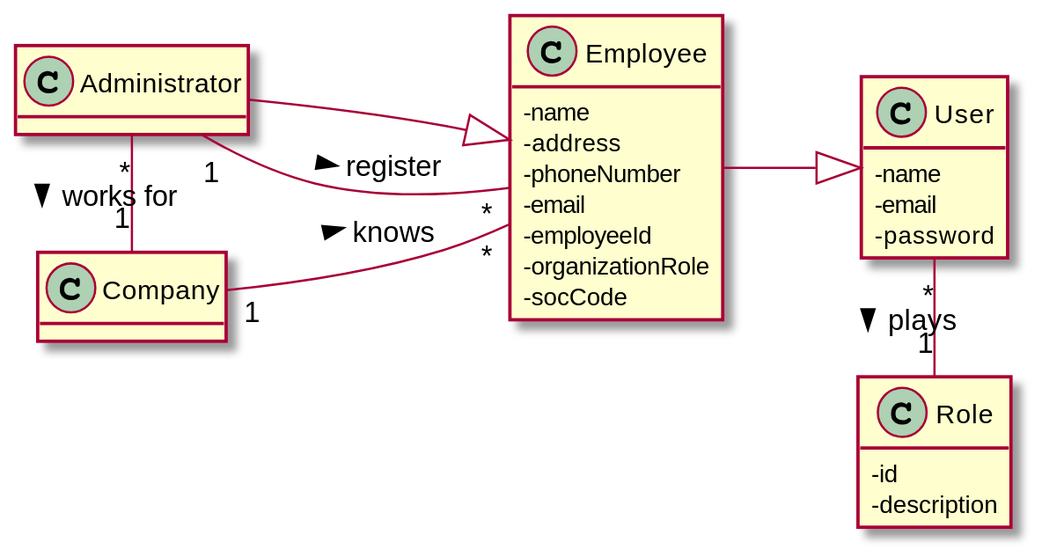
Before: docs/SprintB/US07/US07-MD.svg, a diagram exported from PlantUML (manu-07-ela/LAPR2_ISEP).
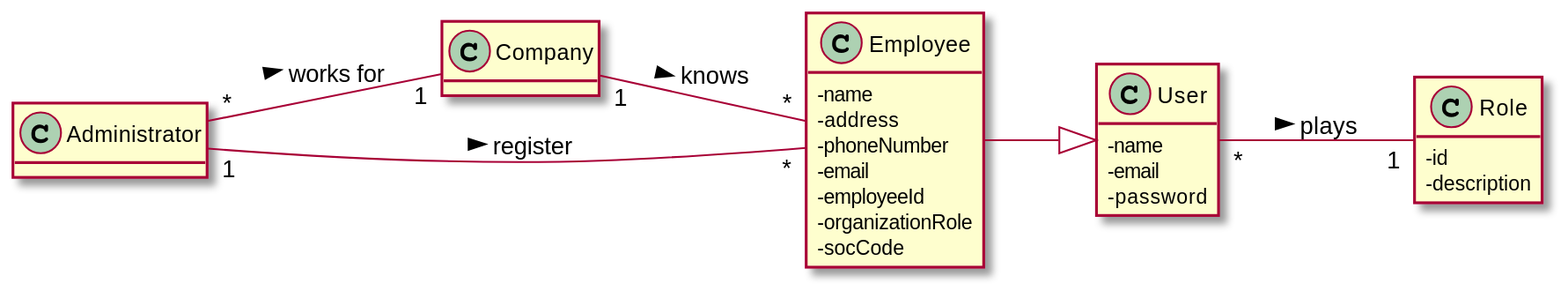
After the commit.

What changed in the source:
```diff
@@ -29,10 +29,10 @@
 -id
 -description
 }
-Administrator --|> Employee
-Administrator "*"-"1" Company : works for >
+
+Administrator "*"--"1" Company : works for >
 Employee --|> User
 Company "1"--"*" Employee : knows >
 Administrator "1"--"*" Employee : register >
-User "*"-"1" Role : plays >
+User "*"--"1" Role : plays >
 @enduml
```
